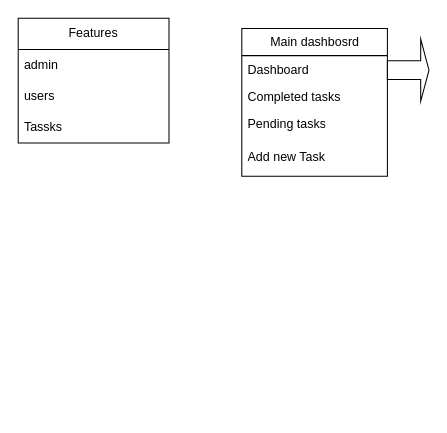
This is page "Page-1" (1 of 2) of Task2/workFlow.drawio from RWEMAISINGIZWENorbert/6_days_php, a draw.io file, before an edit. Source tidied: cells renumbered, new cells numbered last; positions are measured from the earlier drawing's top-left corner, leaving out a move shared by most shapes. Both pictures are drawn from the tidied source at 104%, with x=0, y=0 at pixel (18, 18).
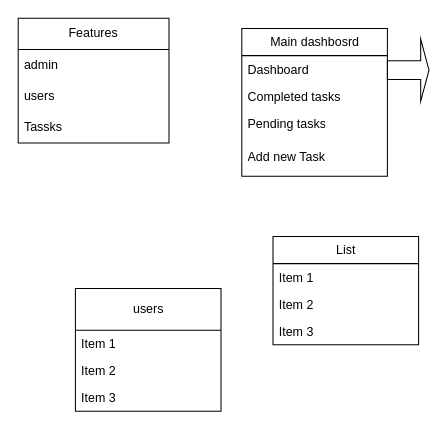
The same diagram, later.

Commit message (it also covers changes not shown here):
buil: Adding users and their controllers

What changed in the source:
```diff
@@
 <mxGraphModel>
   <root>
     <mxCell id="0" />
     <mxCell id="1" parent="0" />
     <mxCell id="2" value="Features" style="swimlane;fontStyle=0;horizontal=1;startSize=30;whiteSpace=wrap;html=1;" parent="1" vertex="1">
       <mxGeometry width="145" height="120" as="geometry" />
     </mxCell>
     <mxCell id="3" value="admin" style="text;strokeColor=none;fillColor=none;align=left;verticalAlign=middle;spacingLeft=4;spacingRight=4;overflow=hidden;whiteSpace=wrap;html=1;" parent="2" vertex="1">
       <mxGeometry y="30" width="145" height="30" as="geometry" />
     </mxCell>
     <mxCell id="4" value="users" style="text;strokeColor=none;fillColor=none;align=left;verticalAlign=middle;spacingLeft=4;spacingRight=4;overflow=hidden;whiteSpace=wrap;html=1;" parent="2" vertex="1">
       <mxGeometry y="60" width="145" height="30" as="geometry" />
     </mxCell>
     <mxCell id="5" value="Tassks" style="text;strokeColor=none;fillColor=none;align=left;verticalAlign=middle;spacingLeft=4;spacingRight=4;overflow=hidden;whiteSpace=wrap;html=1;" parent="2" vertex="1">
       <mxGeometry y="90" width="145" height="30" as="geometry" />
     </mxCell>
     <mxCell id="6" value="Main dashbosrd" style="swimlane;fontStyle=0;horizontal=1;startSize=26;fillColor=none;html=1;" parent="1" vertex="1">
       <mxGeometry x="215" y="10" width="140" height="142" as="geometry" />
     </mxCell>
     <mxCell id="7" value="Dashboard" style="text;strokeColor=none;fillColor=none;align=left;verticalAlign=top;spacingLeft=4;spacingRight=4;overflow=hidden;whiteSpace=wrap;html=1;" parent="6" vertex="1">
       <mxGeometry y="26" width="140" height="26" as="geometry" />
     </mxCell>
     <mxCell id="8" value="Completed tasks" style="text;strokeColor=none;fillColor=none;align=left;verticalAlign=top;spacingLeft=4;spacingRight=4;overflow=hidden;whiteSpace=wrap;html=1;" parent="6" vertex="1">
       <mxGeometry y="52" width="140" height="26" as="geometry" />
     </mxCell>
     <mxCell id="9" value="Pending tasks" style="text;strokeColor=none;fillColor=none;align=left;verticalAlign=top;spacingLeft=4;spacingRight=4;overflow=hidden;whiteSpace=wrap;html=1;" parent="6" vertex="1">
       <mxGeometry y="78" width="140" height="32" as="geometry" />
     </mxCell>
     <mxCell id="10" value="Add new Task" style="text;strokeColor=none;fillColor=none;align=left;verticalAlign=top;spacingLeft=4;spacingRight=4;overflow=hidden;whiteSpace=wrap;html=1;" parent="6" vertex="1">
       <mxGeometry y="110" width="140" height="32" as="geometry" />
     </mxCell>
     <mxCell id="11" style="shape=singleArrow;whiteSpace=wrap;html=1;" parent="1" vertex="1">
       <mxGeometry x="355" y="20" width="40" height="60" as="geometry" />
     </mxCell>
+    <mxCell id="12" value="users&lt;br&gt;" style="swimlane;fontStyle=0;horizontal=1;startSize=40;fillColor=none;html=1;" parent="1" vertex="1">
+      <mxGeometry x="55" y="260" width="140" height="118" as="geometry" />
+    </mxCell>
+    <mxCell id="13" value="Item 1" style="text;strokeColor=none;fillColor=none;align=left;verticalAlign=top;spacingLeft=4;spacingRight=4;overflow=hidden;whiteSpace=wrap;html=1;" parent="12" vertex="1">
+      <mxGeometry y="40" width="140" height="26" as="geometry" />
+    </mxCell>
+    <mxCell id="14" value="Item 2" style="text;strokeColor=none;fillColor=none;align=left;verticalAlign=top;spacingLeft=4;spacingRight=4;overflow=hidden;whiteSpace=wrap;html=1;" parent="12" vertex="1">
+      <mxGeometry y="66" width="140" height="26" as="geometry" />
+    </mxCell>
+    <mxCell id="15" value="Item 3" style="text;strokeColor=none;fillColor=none;align=left;verticalAlign=top;spacingLeft=4;spacingRight=4;overflow=hidden;whiteSpace=wrap;html=1;" parent="12" vertex="1">
+      <mxGeometry y="92" width="140" height="26" as="geometry" />
+    </mxCell>
+    <mxCell id="16" value="List" style="swimlane;fontStyle=0;horizontal=1;startSize=26;fillColor=none;html=1;" parent="1" vertex="1">
+      <mxGeometry x="245" y="210" width="140" height="104" as="geometry" />
+    </mxCell>
+    <mxCell id="17" value="Item 1" style="text;strokeColor=none;fillColor=none;align=left;verticalAlign=top;spacingLeft=4;spacingRight=4;overflow=hidden;whiteSpace=wrap;html=1;" parent="16" vertex="1">
+      <mxGeometry y="26" width="140" height="26" as="geometry" />
+    </mxCell>
+    <mxCell id="18" value="Item 2" style="text;strokeColor=none;fillColor=none;align=left;verticalAlign=top;spacingLeft=4;spacingRight=4;overflow=hidden;whiteSpace=wrap;html=1;" parent="16" vertex="1">
+      <mxGeometry y="52" width="140" height="26" as="geometry" />
+    </mxCell>
+    <mxCell id="19" value="Item 3" style="text;strokeColor=none;fillColor=none;align=left;verticalAlign=top;spacingLeft=4;spacingRight=4;overflow=hidden;whiteSpace=wrap;html=1;" parent="16" vertex="1">
+      <mxGeometry y="78" width="140" height="26" as="geometry" />
+    </mxCell>
   </root>
 </mxGraphModel>
```
